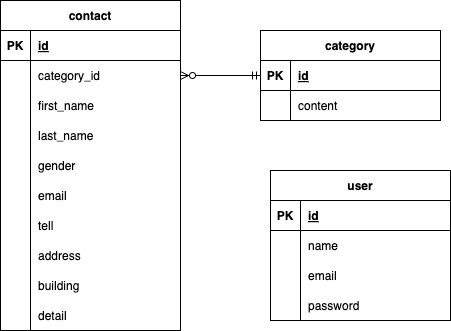
Earlier version of the draw.io export test-01.drawio.png (sumire8007/test-01). Source tidied: cells renumbered, new cells last; positions are measured from the earlier drawing's top-left corner, leaving out a move shared by most shapes.
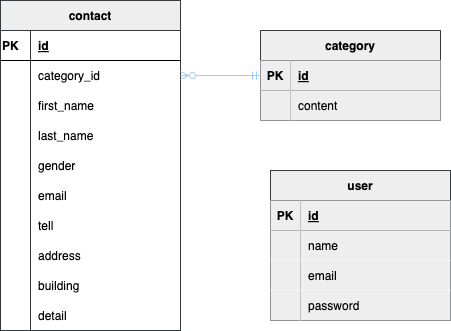
The same file after the commit.

The edit, as a diff of the source:
```diff
@@ -2,160 +2,160 @@
   <root>
     <mxCell id="0" />
     <mxCell id="1" parent="0" />
-    <mxCell id="2" value="contact" style="shape=table;startSize=30;rowLines=0;fontStyle=1;align=center;" parent="1" vertex="1">
+    <mxCell id="2" value="contact" style="shape=table;startSize=30;rowLines=0;fontStyle=1;align=center;swimlaneFillColor=#FFFFFF;labelBackgroundColor=none;fillColor=#eeeeee;strokeColor=#36393d;fontColor=#000000;" parent="1" vertex="1">
       <mxGeometry width="180" height="330" as="geometry" />
     </mxCell>
     <mxCell id="3" style="shape=tableRow;horizontal=0;startSize=0;swimlaneHead=0;swimlaneBody=0;fillColor=none;top=0;left=0;right=0;bottom=1;" parent="2" vertex="1">
       <mxGeometry y="30" width="180" height="30" as="geometry" />
     </mxCell>
-    <mxCell id="4" value="PK" style="shape=partialRectangle;fillColor=none;top=0;left=0;bottom=0;right=0;fontStyle=1;overflow=hidden;" parent="3" vertex="1">
+    <mxCell id="4" value="PK" style="shape=partialRectangle;fillColor=none;top=0;left=0;bottom=0;right=0;fontStyle=1;overflow=hidden;fontColor=#000000;labelBorderColor=none;align=left;" parent="3" vertex="1">
       <mxGeometry width="30" height="30" as="geometry" />
     </mxCell>
-    <mxCell id="5" value="id" style="shape=partialRectangle;fillColor=none;top=0;left=0;bottom=0;right=0;align=left;spacingLeft=6;fontStyle=5;overflow=hidden;" parent="3" vertex="1">
+    <mxCell id="5" value="id" style="shape=partialRectangle;fillColor=none;top=0;left=0;bottom=0;right=0;align=left;spacingLeft=6;fontStyle=5;overflow=hidden;fontColor=#000000;labelBorderColor=none;" parent="3" vertex="1">
       <mxGeometry x="30" width="150" height="30" as="geometry" />
     </mxCell>
     <mxCell id="6" style="shape=tableRow;horizontal=0;startSize=0;swimlaneHead=0;swimlaneBody=0;fillColor=none;top=0;left=0;right=0;bottom=0;" parent="2" vertex="1">
       <mxGeometry y="60" width="180" height="30" as="geometry" />
     </mxCell>
-    <mxCell id="7" style="shape=partialRectangle;fillColor=none;top=0;left=0;bottom=0;right=0;overflow=hidden;" parent="6" vertex="1">
+    <mxCell id="7" style="shape=partialRectangle;fillColor=none;top=0;left=0;bottom=0;right=0;overflow=hidden;fontColor=#000000;labelBorderColor=none;align=left;" parent="6" vertex="1">
       <mxGeometry width="30" height="30" as="geometry" />
     </mxCell>
-    <mxCell id="8" value="category_id" style="shape=partialRectangle;fillColor=none;top=0;left=0;bottom=0;right=0;align=left;spacingLeft=6;overflow=hidden;" parent="6" vertex="1">
+    <mxCell id="8" value="category_id" style="shape=partialRectangle;fillColor=none;top=0;left=0;bottom=0;right=0;align=left;spacingLeft=6;overflow=hidden;strokeColor=#FFFF00;fontColor=#000000;labelBorderColor=none;" parent="6" vertex="1">
       <mxGeometry x="30" width="150" height="30" as="geometry" />
     </mxCell>
     <mxCell id="9" style="shape=tableRow;horizontal=0;startSize=0;swimlaneHead=0;swimlaneBody=0;fillColor=none;top=0;left=0;right=0;bottom=0;" parent="2" vertex="1">
       <mxGeometry y="90" width="180" height="30" as="geometry" />
     </mxCell>
-    <mxCell id="10" style="shape=partialRectangle;fillColor=none;top=0;left=0;bottom=0;right=0;overflow=hidden;" parent="9" vertex="1">
+    <mxCell id="10" style="shape=partialRectangle;fillColor=none;top=0;left=0;bottom=0;right=0;overflow=hidden;fontColor=#000000;labelBorderColor=none;align=left;" parent="9" vertex="1">
       <mxGeometry width="30" height="30" as="geometry" />
     </mxCell>
-    <mxCell id="11" value="first_name" style="shape=partialRectangle;fillColor=none;top=0;left=0;bottom=0;right=0;align=left;spacingLeft=6;overflow=hidden;" parent="9" vertex="1">
+    <mxCell id="11" value="first_name" style="shape=partialRectangle;fillColor=none;top=0;left=0;bottom=0;right=0;align=left;spacingLeft=6;overflow=hidden;fontColor=#000000;labelBorderColor=none;" parent="9" vertex="1">
       <mxGeometry x="30" width="150" height="30" as="geometry" />
     </mxCell>
     <mxCell id="12" style="shape=tableRow;horizontal=0;startSize=0;swimlaneHead=0;swimlaneBody=0;fillColor=none;top=0;left=0;right=0;bottom=0;" parent="2" vertex="1">
       <mxGeometry y="120" width="180" height="30" as="geometry" />
     </mxCell>
-    <mxCell id="13" style="shape=partialRectangle;fillColor=none;top=0;left=0;bottom=0;right=0;overflow=hidden;" parent="12" vertex="1">
+    <mxCell id="13" style="shape=partialRectangle;fillColor=none;top=0;left=0;bottom=0;right=0;overflow=hidden;fontColor=#000000;labelBorderColor=none;align=left;" parent="12" vertex="1">
       <mxGeometry width="30" height="30" as="geometry" />
     </mxCell>
-    <mxCell id="14" value="last_name" style="shape=partialRectangle;fillColor=none;top=0;left=0;bottom=0;right=0;align=left;spacingLeft=6;overflow=hidden;" parent="12" vertex="1">
+    <mxCell id="14" value="last_name" style="shape=partialRectangle;fillColor=none;top=0;left=0;bottom=0;right=0;align=left;spacingLeft=6;overflow=hidden;fontColor=#000000;labelBorderColor=none;" parent="12" vertex="1">
       <mxGeometry x="30" width="150" height="30" as="geometry" />
     </mxCell>
     <mxCell id="15" style="shape=tableRow;horizontal=0;startSize=0;swimlaneHead=0;swimlaneBody=0;fillColor=none;top=0;left=0;right=0;bottom=0;" parent="2" vertex="1">
       <mxGeometry y="150" width="180" height="30" as="geometry" />
     </mxCell>
-    <mxCell id="16" style="shape=partialRectangle;fillColor=none;top=0;left=0;bottom=0;right=0;overflow=hidden;" parent="15" vertex="1">
+    <mxCell id="16" style="shape=partialRectangle;fillColor=none;top=0;left=0;bottom=0;right=0;overflow=hidden;fontColor=#000000;labelBorderColor=none;align=left;" parent="15" vertex="1">
       <mxGeometry width="30" height="30" as="geometry" />
     </mxCell>
-    <mxCell id="17" value="gender" style="shape=partialRectangle;fillColor=none;top=0;left=0;bottom=0;right=0;align=left;spacingLeft=6;overflow=hidden;" parent="15" vertex="1">
+    <mxCell id="17" value="gender" style="shape=partialRectangle;fillColor=none;top=0;left=0;bottom=0;right=0;align=left;spacingLeft=6;overflow=hidden;fontColor=#000000;labelBorderColor=none;" parent="15" vertex="1">
       <mxGeometry x="30" width="150" height="30" as="geometry" />
     </mxCell>
     <mxCell id="18" style="shape=tableRow;horizontal=0;startSize=0;swimlaneHead=0;swimlaneBody=0;fillColor=none;top=0;left=0;right=0;bottom=0;" parent="2" vertex="1">
       <mxGeometry y="180" width="180" height="30" as="geometry" />
     </mxCell>
-    <mxCell id="19" style="shape=partialRectangle;fillColor=none;top=0;left=0;bottom=0;right=0;overflow=hidden;" parent="18" vertex="1">
+    <mxCell id="19" style="shape=partialRectangle;fillColor=none;top=0;left=0;bottom=0;right=0;overflow=hidden;fontColor=#000000;labelBorderColor=none;align=left;" parent="18" vertex="1">
       <mxGeometry width="30" height="30" as="geometry" />
     </mxCell>
-    <mxCell id="20" value="email" style="shape=partialRectangle;fillColor=none;top=0;left=0;bottom=0;right=0;align=left;spacingLeft=6;overflow=hidden;" parent="18" vertex="1">
+    <mxCell id="20" value="email" style="shape=partialRectangle;fillColor=none;top=0;left=0;bottom=0;right=0;align=left;spacingLeft=6;overflow=hidden;fontColor=#000000;labelBorderColor=none;" parent="18" vertex="1">
       <mxGeometry x="30" width="150" height="30" as="geometry" />
     </mxCell>
     <mxCell id="21" style="shape=tableRow;horizontal=0;startSize=0;swimlaneHead=0;swimlaneBody=0;fillColor=none;top=0;left=0;right=0;bottom=0;" parent="2" vertex="1">
       <mxGeometry y="210" width="180" height="30" as="geometry" />
     </mxCell>
-    <mxCell id="22" style="shape=partialRectangle;fillColor=none;top=0;left=0;bottom=0;right=0;overflow=hidden;" parent="21" vertex="1">
+    <mxCell id="22" style="shape=partialRectangle;fillColor=none;top=0;left=0;bottom=0;right=0;overflow=hidden;fontColor=#000000;labelBorderColor=none;align=left;" parent="21" vertex="1">
       <mxGeometry width="30" height="30" as="geometry" />
     </mxCell>
-    <mxCell id="23" value="tell" style="shape=partialRectangle;fillColor=none;top=0;left=0;bottom=0;right=0;align=left;spacingLeft=6;overflow=hidden;" parent="21" vertex="1">
+    <mxCell id="23" value="tell" style="shape=partialRectangle;fillColor=none;top=0;left=0;bottom=0;right=0;align=left;spacingLeft=6;overflow=hidden;fontColor=#000000;labelBorderColor=none;" parent="21" vertex="1">
       <mxGeometry x="30" width="150" height="30" as="geometry" />
     </mxCell>
     <mxCell id="24" style="shape=tableRow;horizontal=0;startSize=0;swimlaneHead=0;swimlaneBody=0;fillColor=none;top=0;left=0;right=0;bottom=0;" parent="2" vertex="1">
       <mxGeometry y="240" width="180" height="30" as="geometry" />
     </mxCell>
-    <mxCell id="25" style="shape=partialRectangle;fillColor=none;top=0;left=0;bottom=0;right=0;overflow=hidden;" parent="24" vertex="1">
+    <mxCell id="25" style="shape=partialRectangle;fillColor=none;top=0;left=0;bottom=0;right=0;overflow=hidden;fontColor=#000000;labelBorderColor=none;align=left;" parent="24" vertex="1">
       <mxGeometry width="30" height="30" as="geometry" />
     </mxCell>
-    <mxCell id="26" value="address" style="shape=partialRectangle;fillColor=none;top=0;left=0;bottom=0;right=0;align=left;spacingLeft=6;overflow=hidden;" parent="24" vertex="1">
+    <mxCell id="26" value="address" style="shape=partialRectangle;fillColor=none;top=0;left=0;bottom=0;right=0;align=left;spacingLeft=6;overflow=hidden;fontColor=#000000;labelBorderColor=none;" parent="24" vertex="1">
       <mxGeometry x="30" width="150" height="30" as="geometry" />
     </mxCell>
     <mxCell id="27" style="shape=tableRow;horizontal=0;startSize=0;swimlaneHead=0;swimlaneBody=0;fillColor=none;top=0;left=0;right=0;bottom=0;" parent="2" vertex="1">
       <mxGeometry y="270" width="180" height="30" as="geometry" />
     </mxCell>
-    <mxCell id="28" style="shape=partialRectangle;fillColor=none;top=0;left=0;bottom=0;right=0;overflow=hidden;" parent="27" vertex="1">
+    <mxCell id="28" style="shape=partialRectangle;fillColor=none;top=0;left=0;bottom=0;right=0;overflow=hidden;fontColor=#000000;labelBorderColor=none;align=left;" parent="27" vertex="1">
       <mxGeometry width="30" height="30" as="geometry" />
     </mxCell>
-    <mxCell id="29" value="building" style="shape=partialRectangle;fillColor=none;top=0;left=0;bottom=0;right=0;align=left;spacingLeft=6;overflow=hidden;" parent="27" vertex="1">
+    <mxCell id="29" value="building" style="shape=partialRectangle;fillColor=none;top=0;left=0;bottom=0;right=0;align=left;spacingLeft=6;overflow=hidden;fontColor=#000000;labelBorderColor=none;" parent="27" vertex="1">
       <mxGeometry x="30" width="150" height="30" as="geometry" />
     </mxCell>
     <mxCell id="30" style="shape=tableRow;horizontal=0;startSize=0;swimlaneHead=0;swimlaneBody=0;fillColor=none;top=0;left=0;right=0;bottom=0;" parent="2" vertex="1">
       <mxGeometry y="300" width="180" height="30" as="geometry" />
     </mxCell>
-    <mxCell id="31" style="shape=partialRectangle;fillColor=none;top=0;left=0;bottom=0;right=0;overflow=hidden;" parent="30" vertex="1">
+    <mxCell id="31" style="shape=partialRectangle;fillColor=none;top=0;left=0;bottom=0;right=0;overflow=hidden;fontColor=#000000;labelBorderColor=none;align=left;" parent="30" vertex="1">
       <mxGeometry width="30" height="30" as="geometry" />
     </mxCell>
-    <mxCell id="32" value="detail" style="shape=partialRectangle;fillColor=none;top=0;left=0;bottom=0;right=0;align=left;spacingLeft=6;overflow=hidden;" parent="30" vertex="1">
+    <mxCell id="32" value="detail" style="shape=partialRectangle;fillColor=none;top=0;left=0;bottom=0;right=0;align=left;spacingLeft=6;overflow=hidden;fontColor=#000000;labelBorderColor=none;" parent="30" vertex="1">
       <mxGeometry x="30" width="150" height="30" as="geometry" />
     </mxCell>
-    <mxCell id="33" value="user" style="shape=table;startSize=30;rowLines=0;fontStyle=1;align=center;" parent="1" vertex="1">
+    <mxCell id="33" value="user" style="shape=table;startSize=30;rowLines=0;fontStyle=1;align=center;swimlaneFillColor=none;fillColor=#eeeeee;strokeColor=#36393d;fontColor=#000000;" parent="1" vertex="1">
       <mxGeometry x="270" y="170" width="180" height="150" as="geometry" />
     </mxCell>
     <mxCell id="34" style="shape=tableRow;horizontal=0;startSize=0;swimlaneHead=0;swimlaneBody=0;fillColor=none;top=0;left=0;right=0;bottom=1;" parent="33" vertex="1">
       <mxGeometry y="30" width="180" height="30" as="geometry" />
     </mxCell>
-    <mxCell id="35" value="PK" style="shape=partialRectangle;fillColor=none;top=0;left=0;bottom=0;right=0;fontStyle=1;overflow=hidden;" parent="34" vertex="1">
+    <mxCell id="35" value="PK" style="shape=partialRectangle;fillColor=#eeeeee;top=0;left=0;bottom=0;right=0;fontStyle=1;overflow=hidden;strokeColor=#000000;fontColor=#000000;" parent="34" vertex="1">
       <mxGeometry width="30" height="30" as="geometry" />
     </mxCell>
-    <mxCell id="36" value="id" style="shape=partialRectangle;fillColor=none;top=0;left=0;bottom=0;right=0;align=left;spacingLeft=6;fontStyle=5;overflow=hidden;" parent="34" vertex="1">
+    <mxCell id="36" value="id" style="shape=partialRectangle;fillColor=#eeeeee;top=0;left=0;bottom=0;right=0;align=left;spacingLeft=6;fontStyle=5;overflow=hidden;strokeColor=#000000;fontColor=#000000;perimeterSpacing=0;" parent="34" vertex="1">
       <mxGeometry x="30" width="150" height="30" as="geometry" />
     </mxCell>
     <mxCell id="37" style="shape=tableRow;horizontal=0;startSize=0;swimlaneHead=0;swimlaneBody=0;fillColor=none;top=0;left=0;right=0;bottom=0;" parent="33" vertex="1">
       <mxGeometry y="60" width="180" height="30" as="geometry" />
     </mxCell>
-    <mxCell id="38" style="shape=partialRectangle;fillColor=none;top=0;left=0;bottom=0;right=0;overflow=hidden;" parent="37" vertex="1">
+    <mxCell id="38" style="shape=partialRectangle;fillColor=#eeeeee;top=0;left=0;bottom=0;right=0;overflow=hidden;strokeColor=#000000;fontColor=#000000;" parent="37" vertex="1">
       <mxGeometry width="30" height="30" as="geometry" />
     </mxCell>
-    <mxCell id="39" value="name" style="shape=partialRectangle;fillColor=none;top=0;left=0;bottom=0;right=0;align=left;spacingLeft=6;overflow=hidden;" parent="37" vertex="1">
+    <mxCell id="39" value="name" style="shape=partialRectangle;fillColor=#eeeeee;top=0;left=0;bottom=0;right=0;align=left;spacingLeft=6;overflow=hidden;strokeColor=#000000;fontColor=#000000;perimeterSpacing=0;dashed=1;dashPattern=8 8;" parent="37" vertex="1">
       <mxGeometry x="30" width="150" height="30" as="geometry" />
     </mxCell>
     <mxCell id="40" style="shape=tableRow;horizontal=0;startSize=0;swimlaneHead=0;swimlaneBody=0;fillColor=none;top=0;left=0;right=0;bottom=0;" parent="33" vertex="1">
       <mxGeometry y="90" width="180" height="30" as="geometry" />
     </mxCell>
-    <mxCell id="41" style="shape=partialRectangle;fillColor=none;top=0;left=0;bottom=0;right=0;overflow=hidden;" parent="40" vertex="1">
+    <mxCell id="41" style="shape=partialRectangle;fillColor=#eeeeee;top=0;left=0;bottom=0;right=0;overflow=hidden;strokeColor=#000000;fontColor=#000000;" parent="40" vertex="1">
       <mxGeometry width="30" height="30" as="geometry" />
     </mxCell>
-    <mxCell id="42" value="email" style="shape=partialRectangle;fillColor=none;top=0;left=0;bottom=0;right=0;align=left;spacingLeft=6;overflow=hidden;" parent="40" vertex="1">
+    <mxCell id="42" value="email" style="shape=partialRectangle;fillColor=#eeeeee;top=0;left=0;bottom=0;right=0;align=left;spacingLeft=6;overflow=hidden;strokeColor=#000000;fontColor=#000000;perimeterSpacing=0;dashed=1;dashPattern=8 8;" parent="40" vertex="1">
       <mxGeometry x="30" width="150" height="30" as="geometry" />
     </mxCell>
     <mxCell id="43" style="shape=tableRow;horizontal=0;startSize=0;swimlaneHead=0;swimlaneBody=0;fillColor=none;top=0;left=0;right=0;bottom=0;" parent="33" vertex="1">
       <mxGeometry y="120" width="180" height="30" as="geometry" />
     </mxCell>
-    <mxCell id="44" style="shape=partialRectangle;fillColor=none;top=0;left=0;bottom=0;right=0;overflow=hidden;" parent="43" vertex="1">
+    <mxCell id="44" style="shape=partialRectangle;fillColor=#eeeeee;top=0;left=0;bottom=0;right=0;overflow=hidden;strokeColor=#000000;fontColor=#000000;" parent="43" vertex="1">
       <mxGeometry width="30" height="30" as="geometry" />
     </mxCell>
-    <mxCell id="45" value="password" style="shape=partialRectangle;fillColor=none;top=0;left=0;bottom=0;right=0;align=left;spacingLeft=6;overflow=hidden;" parent="43" vertex="1">
+    <mxCell id="45" value="password" style="shape=partialRectangle;fillColor=#eeeeee;top=0;left=0;bottom=0;right=0;align=left;spacingLeft=6;overflow=hidden;strokeColor=#000000;fontColor=#000000;perimeterSpacing=0;dashed=1;dashPattern=8 8;" parent="43" vertex="1">
       <mxGeometry x="30" width="150" height="30" as="geometry" />
     </mxCell>
-    <mxCell id="46" value="category" style="shape=table;startSize=30;rowLines=0;fontStyle=1;align=center;" parent="1" vertex="1">
+    <mxCell id="46" value="category" style="shape=table;startSize=30;rowLines=0;fontStyle=1;align=center;swimlaneFillColor=#99CCFF;fillColor=#eeeeee;strokeColor=#36393d;fontColor=#000000;" parent="1" vertex="1">
       <mxGeometry x="260" y="30" width="180" height="90" as="geometry" />
     </mxCell>
     <mxCell id="47" style="shape=tableRow;horizontal=0;startSize=0;swimlaneHead=0;swimlaneBody=0;fillColor=none;points=[[0,0.5],[1,0.5]];portConstraint=eastwest;top=0;left=0;right=0;bottom=1;" parent="46" vertex="1">
       <mxGeometry y="30" width="180" height="30" as="geometry" />
     </mxCell>
-    <mxCell id="48" value="PK" style="shape=partialRectangle;fillColor=none;top=0;left=0;bottom=0;right=0;fontStyle=1;overflow=hidden;" parent="47" vertex="1">
+    <mxCell id="48" value="PK" style="shape=partialRectangle;fillColor=#eeeeee;top=0;left=0;bottom=0;right=0;fontStyle=1;overflow=hidden;labelBackgroundColor=none;strokeColor=#36393d;fontColor=#000000;" parent="47" vertex="1">
       <mxGeometry width="30" height="30" as="geometry" />
     </mxCell>
-    <mxCell id="49" value="id" style="shape=partialRectangle;fillColor=none;top=0;left=0;bottom=0;right=0;align=left;spacingLeft=6;fontStyle=5;overflow=hidden;" parent="47" vertex="1">
+    <mxCell id="49" value="id" style="shape=partialRectangle;fillColor=#eeeeee;top=0;left=0;bottom=0;right=0;align=left;spacingLeft=6;fontStyle=5;overflow=hidden;labelBackgroundColor=none;strokeColor=#36393d;fontColor=#000000;strokeWidth=3;perimeterSpacing=1;" parent="47" vertex="1">
       <mxGeometry x="30" width="150" height="30" as="geometry" />
     </mxCell>
     <mxCell id="50" style="shape=tableRow;horizontal=0;startSize=0;swimlaneHead=0;swimlaneBody=0;fillColor=none;top=0;left=0;right=0;bottom=0;" parent="46" vertex="1">
       <mxGeometry y="60" width="180" height="30" as="geometry" />
     </mxCell>
-    <mxCell id="51" style="shape=partialRectangle;fillColor=none;top=0;left=0;bottom=0;right=0;overflow=hidden;" parent="50" vertex="1">
+    <mxCell id="51" style="shape=partialRectangle;fillColor=#eeeeee;top=0;left=0;bottom=0;right=0;overflow=hidden;labelBackgroundColor=none;strokeColor=#36393d;fontColor=#000000;" parent="50" vertex="1">
       <mxGeometry width="30" height="30" as="geometry" />
     </mxCell>
-    <mxCell id="52" value="content" style="shape=partialRectangle;fillColor=none;top=0;left=0;bottom=0;right=0;align=left;spacingLeft=6;overflow=hidden;" parent="50" vertex="1">
+    <mxCell id="52" value="content" style="shape=partialRectangle;fillColor=#eeeeee;top=0;left=0;bottom=0;right=0;align=left;spacingLeft=6;overflow=hidden;labelBackgroundColor=none;strokeColor=#36393d;fontColor=#000000;" parent="50" vertex="1">
       <mxGeometry x="30" width="150" height="30" as="geometry" />
     </mxCell>
-    <mxCell id="53" style="edgeStyle=none;html=1;startArrow=ERzeroToMany;startFill=0;endArrow=ERmandOne;endFill=0;entryX=0;entryY=0.5;entryDx=0;entryDy=0;" parent="1" edge="1" target="47">
+    <mxCell id="53" style="edgeStyle=none;html=1;startArrow=ERzeroToMany;startFill=0;endArrow=ERmandOne;endFill=0;entryX=0;entryY=0.5;entryDx=0;entryDy=0;fillColor=#cce5ff;strokeColor=#99CCFF;" parent="1" edge="1" target="47">
       <mxGeometry relative="1" as="geometry">
         <mxPoint x="180" y="75" as="sourcePoint" />
       </mxGeometry>
```
